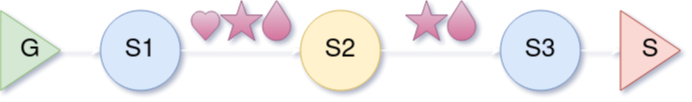
Before: assets/filter_pattern.png, a diagram exported from draw.io (picanumber/yapp). Source tidied: cells renumbered, new cells last; positions are measured from the earlier drawing's top-left corner, leaving out a move shared by most shapes.
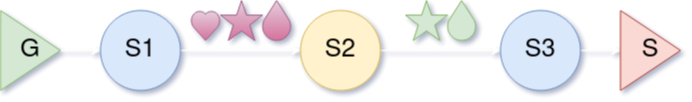
After the change.

Commit message:
Improve filtering explanation

The edit, as a diff of the source:
```diff
@@ -29,10 +29,10 @@
     <mxCell id="10" value="&lt;font style=&quot;font-size: 25px;&quot;&gt;S&lt;/font&gt;" style="triangle;whiteSpace=wrap;html=1;fillColor=#fad9d5;strokeColor=#ae4132;gradientDirection=west;rounded=0;" parent="1" vertex="1">
       <mxGeometry x="620" y="10" width="60" height="80" as="geometry" />
     </mxCell>
-    <mxCell id="11" style="verticalLabelPosition=bottom;verticalAlign=top;html=1;shape=mxgraph.basic.star;fillColor=#e6d0de;strokeColor=#996185;gradientColor=#d5739d;" parent="1" vertex="1">
+    <mxCell id="11" style="verticalLabelPosition=bottom;verticalAlign=top;html=1;shape=mxgraph.basic.star;fillColor=#d5e8d4;strokeColor=#82b366;" parent="1" vertex="1">
       <mxGeometry x="405" width="42.1" height="40" as="geometry" />
     </mxCell>
-    <mxCell id="12" style="verticalLabelPosition=bottom;verticalAlign=top;html=1;shape=mxgraph.basic.drop;fillColor=#e6d0de;gradientColor=#d5739d;strokeColor=#996185;" parent="1" vertex="1">
+    <mxCell id="12" style="verticalLabelPosition=bottom;verticalAlign=top;html=1;shape=mxgraph.basic.drop;fillColor=#d5e8d4;strokeColor=#82b366;" parent="1" vertex="1">
       <mxGeometry x="447.1" width="28" height="40" as="geometry" />
     </mxCell>
     <mxCell id="13" style="verticalLabelPosition=bottom;verticalAlign=top;html=1;shape=mxgraph.basic.heart;fillColor=#e6d0de;strokeColor=#996185;gradientColor=#d5739d;" parent="1" vertex="1">
```
